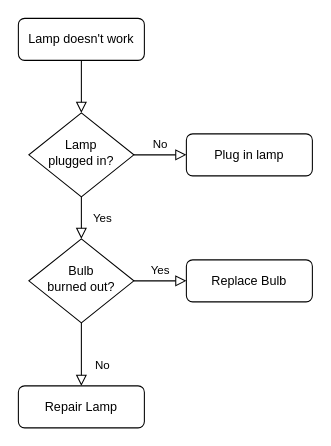
Earlier version of the draw.io diagram Flowchart.drawio (giang123b/demo360tour). Source tidied: cells renumbered, new cells numbered last; positions are measured from the earlier drawing's top-left corner, leaving out a move shared by most shapes. Both pictures are drawn from the tidied source at 105%, with x=0, y=0 at pixel (18, 18).
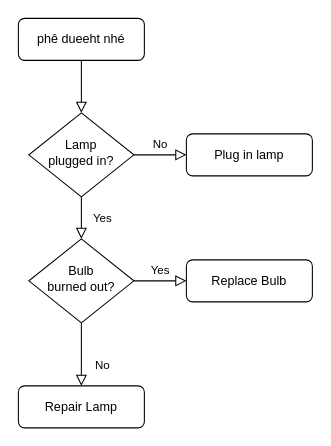
The same diagram, later.

The edit, as a diff of the source:
```diff
@@
 <mxGraphModel>
   <root>
     <mxCell id="0" />
     <mxCell id="1" parent="0" />
     <mxCell id="2" style="rounded=0;html=1;jettySize=auto;fontSize=11;endArrow=block;endFill=0;endSize=8;strokeWidth=1;shadow=0;labelBackgroundColor=none;edgeStyle=orthogonalEdgeStyle;" parent="1" edge="1" source="3" target="6">
       <mxGeometry relative="1" as="geometry" />
     </mxCell>
-    <mxCell id="3" value="Lamp doesn't work" style="rounded=1;whiteSpace=wrap;html=1;fontSize=12;glass=0;strokeWidth=1;shadow=0;" parent="1" vertex="1">
+    <mxCell id="3" value="phê dueeht nhé" style="rounded=1;whiteSpace=wrap;html=1;fontSize=12;glass=0;strokeWidth=1;shadow=0;" parent="1" vertex="1">
       <mxGeometry width="120" height="40" as="geometry" />
     </mxCell>
     <mxCell id="4" value="Yes" style="rounded=0;html=1;jettySize=auto;fontSize=11;endArrow=block;endFill=0;endSize=8;strokeWidth=1;shadow=0;labelBackgroundColor=none;edgeStyle=orthogonalEdgeStyle;" parent="1" edge="1" source="6" target="10">
       <mxGeometry y="20" relative="1" as="geometry" />
     </mxCell>
     <mxCell id="5" value="No" style="edgeStyle=orthogonalEdgeStyle;rounded=0;html=1;jettySize=auto;fontSize=11;endArrow=block;endFill=0;endSize=8;strokeWidth=1;shadow=0;labelBackgroundColor=none;" parent="1" edge="1" source="6" target="7">
       <mxGeometry y="10" relative="1" as="geometry" />
     </mxCell>
     <mxCell id="6" value="Lamp&lt;br&gt;plugged in?" style="rhombus;whiteSpace=wrap;html=1;shadow=0;fontFamily=Helvetica;fontSize=12;align=center;strokeWidth=1;spacing=6;spacingTop=-4;" parent="1" vertex="1">
       <mxGeometry x="10" y="90" width="100" height="80" as="geometry" />
     </mxCell>
     <mxCell id="7" value="Plug in lamp" style="rounded=1;whiteSpace=wrap;html=1;fontSize=12;glass=0;strokeWidth=1;shadow=0;" parent="1" vertex="1">
       <mxGeometry x="160" y="110" width="120" height="40" as="geometry" />
     </mxCell>
     <mxCell id="8" value="No" style="rounded=0;html=1;jettySize=auto;fontSize=11;endArrow=block;endFill=0;endSize=8;strokeWidth=1;shadow=0;labelBackgroundColor=none;edgeStyle=orthogonalEdgeStyle;" parent="1" edge="1" source="10" target="11">
       <mxGeometry x="0.33" y="20" relative="1" as="geometry" />
     </mxCell>
     <mxCell id="9" value="Yes" style="edgeStyle=orthogonalEdgeStyle;rounded=0;html=1;jettySize=auto;fontSize=11;endArrow=block;endFill=0;endSize=8;strokeWidth=1;shadow=0;labelBackgroundColor=none;" parent="1" edge="1" source="10" target="12">
       <mxGeometry y="10" relative="1" as="geometry" />
     </mxCell>
     <mxCell id="10" value="Bulb&lt;br&gt;burned out?" style="rhombus;whiteSpace=wrap;html=1;shadow=0;fontFamily=Helvetica;fontSize=12;align=center;strokeWidth=1;spacing=6;spacingTop=-4;" parent="1" vertex="1">
       <mxGeometry x="10" y="210" width="100" height="80" as="geometry" />
     </mxCell>
     <mxCell id="11" value="Repair Lamp" style="rounded=1;whiteSpace=wrap;html=1;fontSize=12;glass=0;strokeWidth=1;shadow=0;" parent="1" vertex="1">
       <mxGeometry y="350" width="120" height="40" as="geometry" />
     </mxCell>
     <mxCell id="12" value="Replace Bulb" style="rounded=1;whiteSpace=wrap;html=1;fontSize=12;glass=0;strokeWidth=1;shadow=0;" parent="1" vertex="1">
       <mxGeometry x="160" y="230" width="120" height="40" as="geometry" />
     </mxCell>
   </root>
 </mxGraphModel>
```
